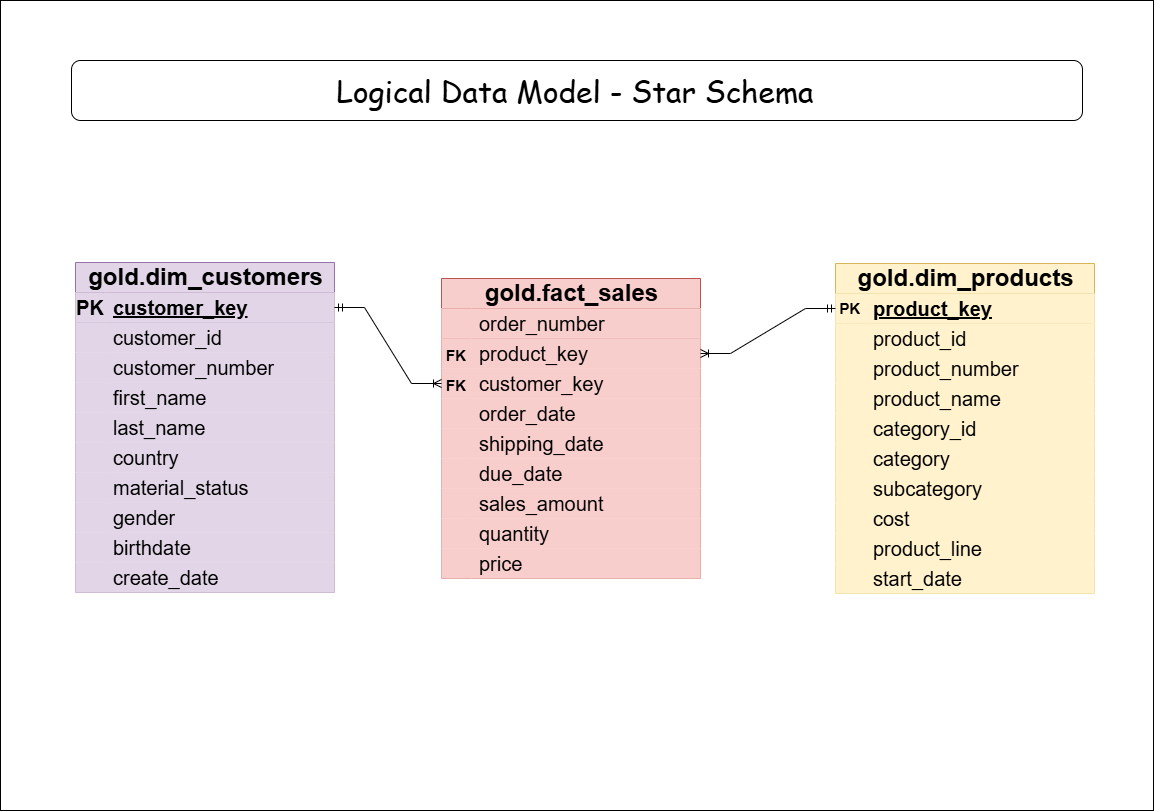
Above: docs/logical_data_model.png in TharukaHarshajith/sql-data-warehouse-project (draw.io), before the change. Source tidied: cells renumbered, new cells last; positions are measured from the earlier drawing's top-left corner, leaving out a move shared by most shapes.
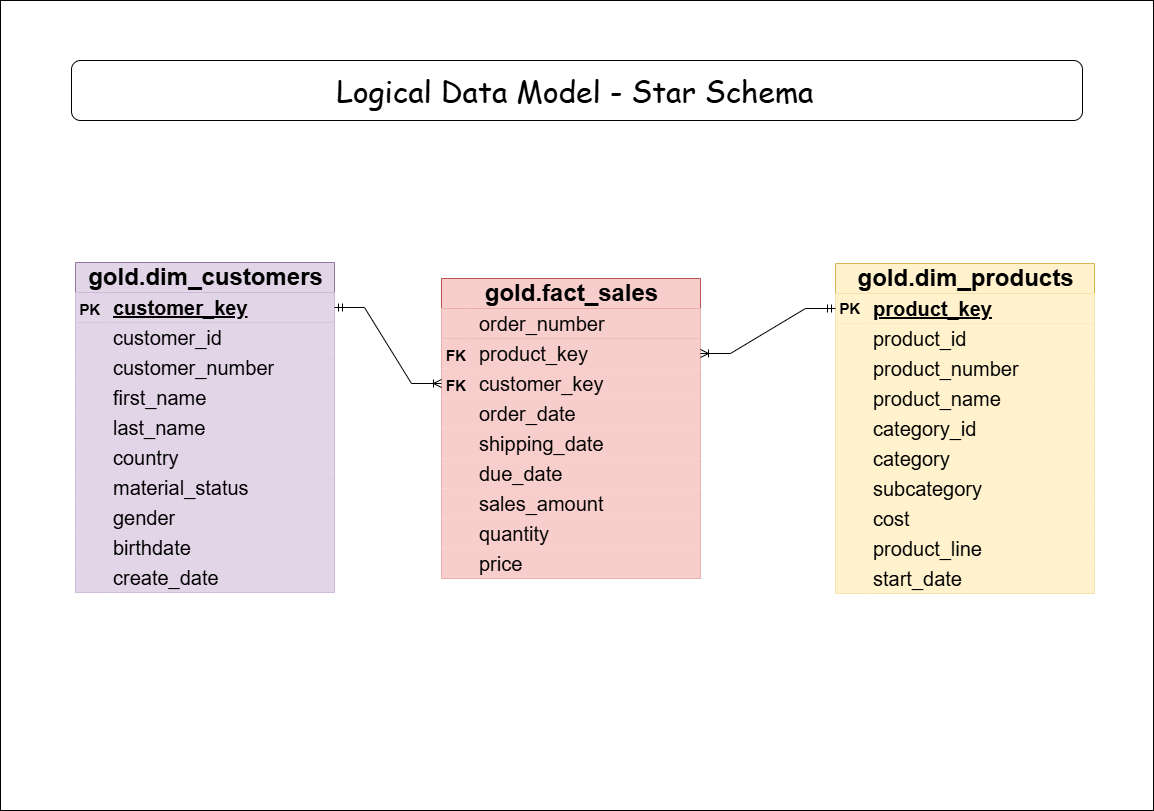
The same diagram one commit later.

Commit message:
update logical data model png

The edit, as a diff of the source:
```diff
@@ -11,7 +11,7 @@
     <mxCell id="4" style="shape=tableRow;horizontal=0;startSize=0;swimlaneHead=0;swimlaneBody=0;fillColor=#e1d5e7;points=[[0,0.5],[1,0.5]];portConstraint=eastwest;top=0;left=0;right=0;bottom=1;fontSize=20;strokeColor=#9673a6;" parent="3" vertex="1">
       <mxGeometry y="30" width="259" height="30" as="geometry" />
     </mxCell>
-    <mxCell id="5" value="PK" style="shape=partialRectangle;fillColor=#e1d5e7;top=0;left=0;bottom=0;right=0;fontStyle=1;overflow=hidden;whiteSpace=wrap;html=1;fontSize=20;strokeColor=#9673a6;" parent="4" vertex="1">
+    <mxCell id="5" value="&lt;font style=&quot;font-size: 15px;&quot;&gt;PK&lt;/font&gt;" style="shape=partialRectangle;fillColor=#e1d5e7;top=0;left=0;bottom=0;right=0;fontStyle=1;overflow=hidden;whiteSpace=wrap;html=1;fontSize=20;strokeColor=#9673a6;" parent="4" vertex="1">
       <mxGeometry width="30" height="30" as="geometry" />
     </mxCell>
     <mxCell id="6" value="customer_key" style="shape=partialRectangle;fillColor=#e1d5e7;top=0;left=0;bottom=0;right=0;align=left;spacingLeft=6;fontStyle=5;overflow=hidden;whiteSpace=wrap;html=1;fontSize=20;strokeColor=#9673a6;" parent="4" vertex="1">
```
